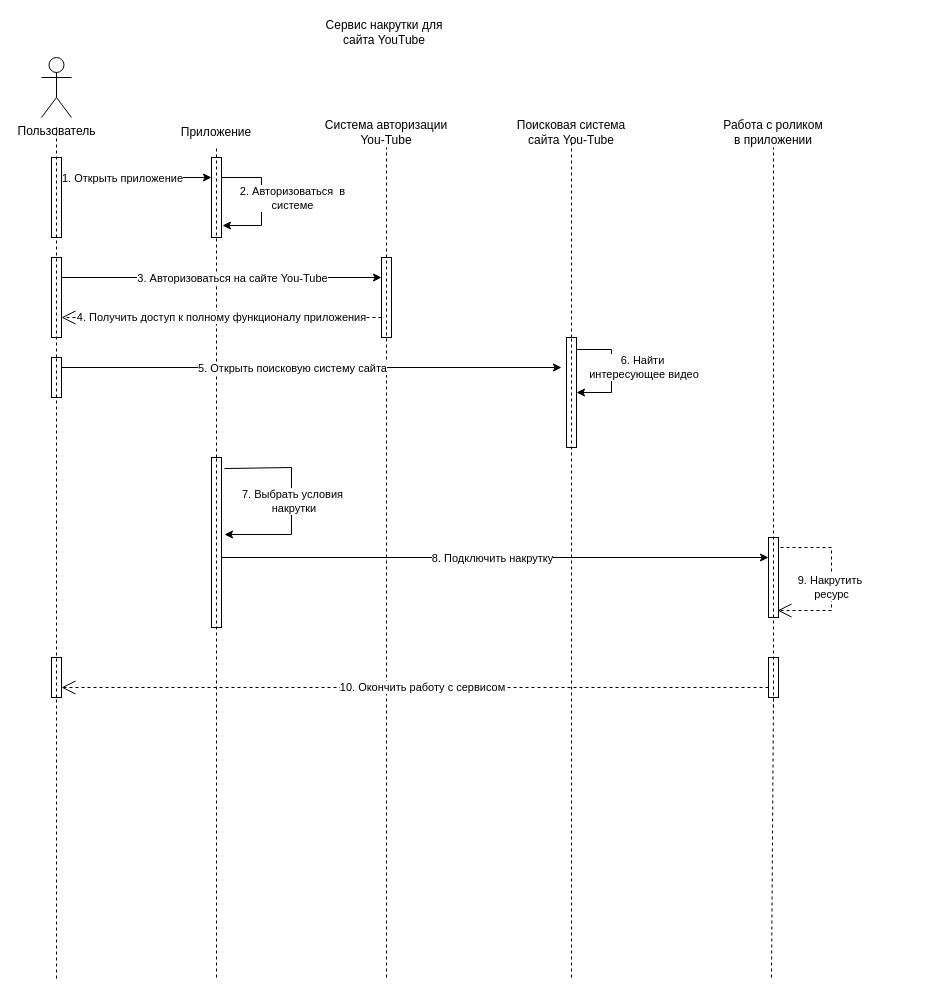
This is Usecase пользовательская.drawio from Koloda2/Sequence-diagrams, a draw.io file, before an edit. Source tidied: cells renumbered, new cells numbered last; positions are measured from the earlier drawing's top-left corner, leaving out a move shared by most shapes. Both pictures are drawn from the tidied source at 100%, with x=0, y=0 at pixel (41, 17).
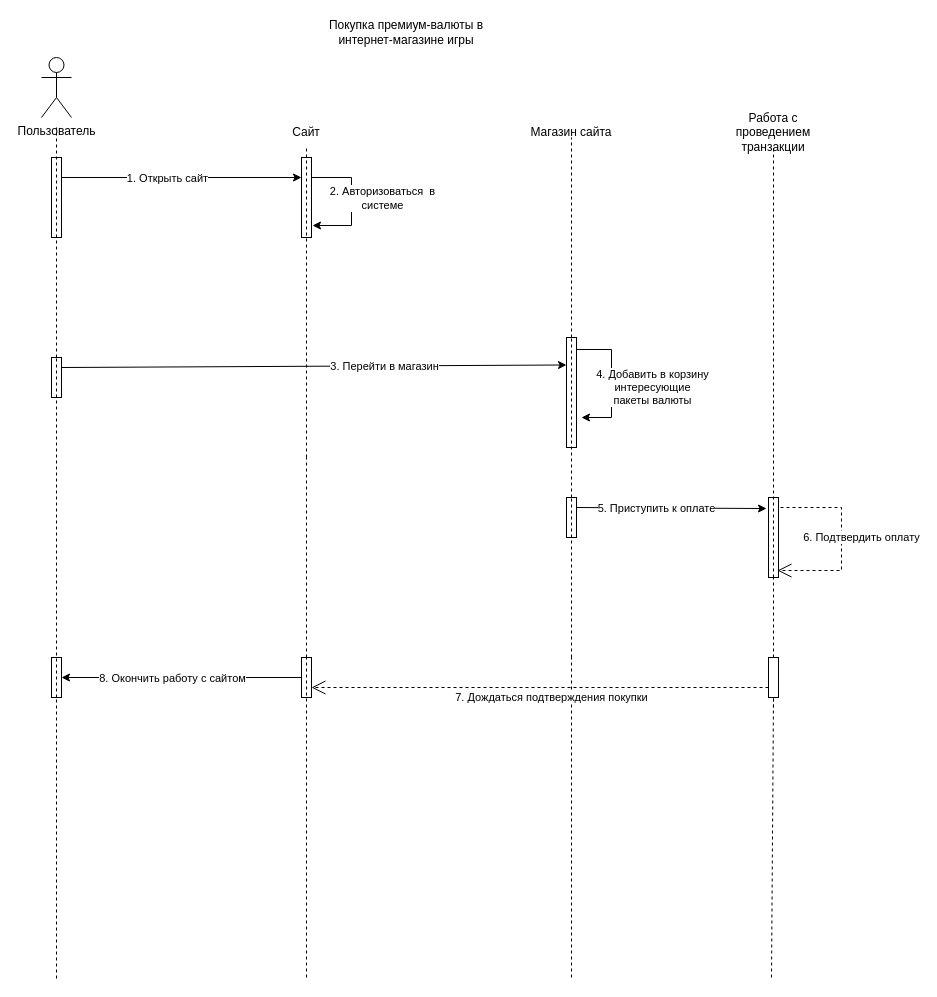
Above is the later version.

Unchanged cells that the change refers to:
```xml
<mxCell id="8" style="rounded=0;whiteSpace=wrap;html=1;" parent="1" vertex="1">
  <mxGeometry x="10" y="640" width="10" height="40" as="geometry" />
</mxCell>
<mxCell id="15" style="rounded=0;whiteSpace=wrap;html=1;" parent="1" vertex="1">
  <mxGeometry x="10" y="140" width="10" height="80" as="geometry" />
</mxCell>
<mxCell id="29" style="rounded=0;whiteSpace=wrap;html=1;" parent="1" vertex="1">
  <mxGeometry x="10" y="340" width="10" height="40" as="geometry" />
</mxCell>
<mxCell id="30" style="rounded=0;whiteSpace=wrap;html=1;" parent="1" vertex="1">
  <mxGeometry x="525" y="320" width="10" height="110" as="geometry" />
</mxCell>
```

What changed in the source:
```diff
@@
-    <mxCell id="2" style="rounded=0;whiteSpace=wrap;html=1;" parent="1" vertex="1">
-      <mxGeometry x="170" y="440" width="10" height="170" as="geometry" />
-    </mxCell>
     <mxCell id="3" style="rounded=0;whiteSpace=wrap;html=1;" parent="1" vertex="1">
-      <mxGeometry x="727" y="520" width="10" height="80" as="geometry" />
+      <mxGeometry x="727" y="480" width="10" height="80" as="geometry" />
     </mxCell>
-    <mxCell id="4" style="rounded=0;whiteSpace=wrap;html=1;" parent="1" vertex="1">
-      <mxGeometry x="727" y="640" width="10" height="40" as="geometry" />
-    </mxCell>
-    <mxCell id="5" style="rounded=0;whiteSpace=wrap;html=1;" parent="1" vertex="1">
-      <mxGeometry x="340" y="240" width="10" height="80" as="geometry" />
-    </mxCell>
     <mxCell id="6" style="rounded=0;whiteSpace=wrap;html=1;" parent="1" vertex="1">
-      <mxGeometry x="170" y="140" width="10" height="80" as="geometry" />
+      <mxGeometry x="260" y="140" width="10" height="80" as="geometry" />
     </mxCell>
-    <mxCell id="7" style="rounded=0;whiteSpace=wrap;html=1;" parent="1" vertex="1">
-      <mxGeometry x="10" y="240" width="10" height="80" as="geometry" />
-    </mxCell>
@@
-    <mxCell id="9" value="Сервис накрутки для сайта YouTube" style="text;html=1;strokeColor=none;fillColor=none;align=center;verticalAlign=middle;whiteSpace=wrap;rounded=0;" parent="1" vertex="1">
-      <mxGeometry x="280" width="126" height="30" as="geometry" />
+    <mxCell id="9" value="Покупка премиум-валюты в интернет-магазине игры" style="text;html=1;strokeColor=none;fillColor=none;align=center;verticalAlign=middle;whiteSpace=wrap;rounded=0;" parent="1" vertex="1">
+      <mxGeometry x="280" width="170" height="30" as="geometry" />
     </mxCell>
@@
-    <mxCell id="11" value="Приложение" style="text;html=1;strokeColor=none;fillColor=none;align=center;verticalAlign=middle;whiteSpace=wrap;rounded=0;" parent="1" vertex="1">
-      <mxGeometry x="140" y="100" width="70" height="30" as="geometry" />
+    <mxCell id="11" value="Сайт" style="text;html=1;strokeColor=none;fillColor=none;align=center;verticalAlign=middle;whiteSpace=wrap;rounded=0;" parent="1" vertex="1">
+      <mxGeometry x="230" y="100" width="70" height="30" as="geometry" />
     </mxCell>
-    <mxCell id="12" value="Система авторизации&lt;br&gt;You-Tube" style="text;html=1;strokeColor=none;fillColor=none;align=center;verticalAlign=middle;whiteSpace=wrap;rounded=0;" parent="1" vertex="1">
-      <mxGeometry x="280" y="100" width="130" height="30" as="geometry" />
-    </mxCell>
-    <mxCell id="13" value="Поисковая система сайта You-Tube" style="text;html=1;strokeColor=none;fillColor=none;align=center;verticalAlign=middle;whiteSpace=wrap;rounded=0;" parent="1" vertex="1">
+    <mxCell id="13" value="Магазин сайта" style="text;html=1;strokeColor=none;fillColor=none;align=center;verticalAlign=middle;whiteSpace=wrap;rounded=0;" parent="1" vertex="1">
       <mxGeometry x="470" y="100" width="120" height="30" as="geometry" />
     </mxCell>
-    <mxCell id="14" value="Работа с роликом в приложении" style="text;html=1;strokeColor=none;fillColor=none;align=center;verticalAlign=middle;whiteSpace=wrap;rounded=0;" parent="1" vertex="1">
+    <mxCell id="14" value="Работа с проведением транзакции" style="text;html=1;strokeColor=none;fillColor=none;align=center;verticalAlign=middle;whiteSpace=wrap;rounded=0;" parent="1" vertex="1">
       <mxGeometry x="677" y="100" width="110" height="30" as="geometry" />
     </mxCell>
@@
-    <mxCell id="17" style="endArrow=none;dashed=1;html=1;rounded=0;entryX=0.5;entryY=1;entryDx=0;entryDy=0;startArrow=none;" parent="1" edge="1" source="2" target="11">
-      <mxGeometry relative="1" as="geometry" />
+    <mxCell id="17" style="endArrow=none;dashed=1;html=1;rounded=0;entryX=0.5;entryY=1;entryDx=0;entryDy=0;startArrow=none;" parent="1" edge="1" target="11">
+      <mxGeometry relative="1" as="geometry">
+        <mxPoint x="265" y="440" as="sourcePoint" />
+      </mxGeometry>
     </mxCell>
-    <mxCell id="18" style="endArrow=none;dashed=1;html=1;rounded=0;entryX=0.5;entryY=1;entryDx=0;entryDy=0;startArrow=none;" parent="1" edge="1" source="5" target="12">
-      <mxGeometry relative="1" as="geometry" />
-    </mxCell>
@@
-    <mxCell id="21" style="endArrow=classic;html=1;rounded=0;exitX=1;exitY=0.25;exitDx=0;exitDy=0;" parent="1" edge="1" source="15">
-      <mxGeometry relative="1" as="geometry">
-        <mxPoint x="170" y="160" as="targetPoint" />
-      </mxGeometry>
+    <mxCell id="21" style="endArrow=classic;html=1;rounded=0;exitX=1;exitY=0.25;exitDx=0;exitDy=0;entryX=0;entryY=0.25;entryDx=0;entryDy=0;" parent="1" edge="1" source="15" target="6">
+      <mxGeometry relative="1" as="geometry" />
     </mxCell>
-    <mxCell id="22" value="1. Открыть приложение" style="edgeLabel;html=1;align=center;verticalAlign=middle;" parent="21" vertex="1">
+    <mxCell id="22" value="1. Открыть сайт" style="edgeLabel;html=1;align=center;verticalAlign=middle;" parent="21" vertex="1">
       <mxGeometry relative="1" as="geometry">
         <mxPoint x="-15" as="offset" />
       </mxGeometry>
     </mxCell>
     <mxCell id="23" style="endArrow=classic;html=1;rounded=0;exitX=1;exitY=0.25;exitDx=0;exitDy=0;entryX=1.1;entryY=0.85;entryDx=0;entryDy=0;entryPerimeter=0;" parent="1" edge="1" source="6" target="6">
       <mxGeometry relative="1" as="geometry">
         <Array as="points">
-          <mxPoint x="220" y="160" />
-          <mxPoint x="220" y="208" />
+          <mxPoint x="310" y="160" />
+          <mxPoint x="310" y="208" />
         </Array>
       </mxGeometry>
     </mxCell>
@@
-    <mxCell id="25" style="endArrow=none;dashed=1;html=1;rounded=0;entryX=0.5;entryY=0;entryDx=0;entryDy=0;" parent="1" edge="1" target="5">
-      <mxGeometry relative="1" as="geometry">
-        <mxPoint x="345" y="960" as="sourcePoint" />
-      </mxGeometry>
-    </mxCell>
-    <mxCell id="26" style="endArrow=classic;html=1;rounded=0;exitX=1;exitY=0.25;exitDx=0;exitDy=0;entryX=0;entryY=0.25;entryDx=0;entryDy=0;" parent="1" edge="1" source="7" target="5">
-      <mxGeometry relative="1" as="geometry" />
-    </mxCell>
-    <mxCell id="27" value="3. Авторизоваться на сайте You-Tube" style="edgeLabel;html=1;align=center;verticalAlign=middle;" parent="26" vertex="1">
-      <mxGeometry relative="1" as="geometry">
-        <mxPoint x="10" as="offset" />
-      </mxGeometry>
-    </mxCell>
-    <mxCell id="28" value="4. Получить доступ к полному функционалу приложения" style="endArrow=open;endSize=12;dashed=1;html=1;rounded=0;entryX=1;entryY=0.75;entryDx=0;entryDy=0;exitX=0;exitY=0.75;exitDx=0;exitDy=0;" parent="1" edge="1" source="5" target="7">
-      <mxGeometry relative="1" as="geometry" />
-    </mxCell>
@@
-    <mxCell id="31" style="endArrow=none;dashed=1;html=1;rounded=0;entryX=0.5;entryY=0;entryDx=0;entryDy=0;" parent="1" edge="1" target="30">
-      <mxGeometry relative="1" as="geometry">
-        <mxPoint x="530" y="960" as="sourcePoint" />
-      </mxGeometry>
+    <mxCell id="31" style="endArrow=none;dashed=1;html=1;rounded=0;entryX=0.5;entryY=0;entryDx=0;entryDy=0;startArrow=none;" parent="1" edge="1" source="47" target="30">
+      <mxGeometry relative="1" as="geometry" />
     </mxCell>
-    <mxCell id="32" style="endArrow=classic;html=1;rounded=0;exitX=1;exitY=0.25;exitDx=0;exitDy=0;" parent="1" edge="1" source="29">
-      <mxGeometry relative="1" as="geometry">
-        <mxPoint x="520" y="350" as="targetPoint" />
-      </mxGeometry>
+    <mxCell id="32" style="endArrow=classic;html=1;rounded=0;exitX=1;exitY=0.25;exitDx=0;exitDy=0;entryX=0;entryY=0.25;entryDx=0;entryDy=0;" parent="1" edge="1" source="29" target="30">
+      <mxGeometry relative="1" as="geometry" />
     </mxCell>
-    <mxCell id="33" value="5. Открыть поисковую систему сайта" style="edgeLabel;html=1;align=center;verticalAlign=middle;" parent="32" vertex="1">
+    <mxCell id="33" value="3. Перейти в магазин" style="edgeLabel;html=1;align=center;verticalAlign=middle;" parent="32" vertex="1">
       <mxGeometry relative="1" as="geometry">
-        <mxPoint x="-20" as="offset" />
+        <mxPoint x="70" as="offset" />
       </mxGeometry>
     </mxCell>
-    <mxCell id="34" style="endArrow=classic;html=1;rounded=0;entryX=1;entryY=0.5;entryDx=0;entryDy=0;exitX=1;exitY=0.109;exitDx=0;exitDy=0;exitPerimeter=0;" parent="1" edge="1" source="30" target="30">
+    <mxCell id="34" style="endArrow=classic;html=1;rounded=0;exitX=1;exitY=0.109;exitDx=0;exitDy=0;exitPerimeter=0;" parent="1" edge="1" source="30">
       <mxGeometry relative="1" as="geometry">
+        <mxPoint x="540" y="400" as="targetPoint" />
         <Array as="points">
           <mxPoint x="570" y="332" />
-          <mxPoint x="570" y="375" />
+          <mxPoint x="570" y="400" />
         </Array>
       </mxGeometry>
     </mxCell>
-    <mxCell id="35" value="6. Найти&lt;br&gt;&amp;nbsp;интересующее видео" style="edgeLabel;html=1;align=center;verticalAlign=middle;" parent="34" vertex="1">
+    <mxCell id="35" value="4. Добавить в корзину&lt;br&gt;интересующие&lt;br&gt;пакеты валюты" style="edgeLabel;html=1;align=center;verticalAlign=middle;" parent="34" vertex="1">
       <mxGeometry relative="1" as="geometry">
-        <mxPoint x="30" y="-4" as="offset" />
+        <mxPoint x="40" y="6" as="offset" />
       </mxGeometry>
     </mxCell>
-    <mxCell id="36" style="endArrow=none;dashed=1;html=1;rounded=0;entryX=0.5;entryY=1;entryDx=0;entryDy=0;startArrow=none;" parent="1" edge="1" target="3">
-      <mxGeometry relative="1" as="geometry">
-        <mxPoint x="732" y="690" as="sourcePoint" />
-      </mxGeometry>
+    <mxCell id="36" style="endArrow=none;dashed=1;html=1;rounded=0;entryX=0.5;entryY=1;entryDx=0;entryDy=0;startArrow=none;" parent="1" edge="1" source="4" target="3">
+      <mxGeometry relative="1" as="geometry" />
     </mxCell>
-    <mxCell id="37" style="endArrow=classic;html=1;rounded=0;entryX=0;entryY=0.25;entryDx=0;entryDy=0;" parent="1" edge="1" target="3">
-      <mxGeometry relative="1" as="geometry">
-        <mxPoint x="180" y="540" as="sourcePoint" />
-      </mxGeometry>
-    </mxCell>
-    <mxCell id="38" value="8. Подключить накрутку" style="edgeLabel;html=1;align=center;verticalAlign=middle;" parent="37" vertex="1">
-      <mxGeometry relative="1" as="geometry">
-        <mxPoint x="-4" as="offset" />
-      </mxGeometry>
-    </mxCell>
-    <mxCell id="39" style="endArrow=none;dashed=1;html=1;rounded=0;entryX=0.5;entryY=1;entryDx=0;entryDy=0;" parent="1" edge="1" target="4">
+    <mxCell id="39" style="endArrow=none;dashed=1;html=1;rounded=0;entryX=0.5;entryY=1;entryDx=0;entryDy=0;" parent="1" edge="1">
       <mxGeometry relative="1" as="geometry">
         <mxPoint x="730" y="960" as="sourcePoint" />
+        <mxPoint x="732" y="680" as="targetPoint" />
       </mxGeometry>
     </mxCell>
@@
-    <mxCell id="41" value="10. Окончить работу с сервисом" style="endArrow=open;endSize=12;dashed=1;html=1;rounded=0;entryX=1;entryY=0.75;entryDx=0;entryDy=0;exitX=0;exitY=0.75;exitDx=0;exitDy=0;" parent="1" edge="1" source="4" target="8">
-      <mxGeometry x="-0.02" relative="1" as="geometry">
-        <Array as="points">
-          <mxPoint x="380" y="670" />
-        </Array>
-      </mxGeometry>
-    </mxCell>
-    <mxCell id="42" style="endArrow=none;dashed=1;html=1;rounded=0;entryX=0.5;entryY=0;entryDx=0;entryDy=0;" parent="1" edge="1" target="2">
+    <mxCell id="42" style="endArrow=none;dashed=1;html=1;rounded=0;entryX=0.5;entryY=0;entryDx=0;entryDy=0;startArrow=none;" parent="1" edge="1" source="53">
       <mxGeometry relative="1" as="geometry">
-        <mxPoint x="175" y="960" as="sourcePoint" />
+        <mxPoint x="265" y="440" as="targetPoint" />
       </mxGeometry>
     </mxCell>
@@
-    <mxCell id="44" style="endArrow=classic;html=1;rounded=0;exitX=1.3;exitY=0.065;exitDx=0;exitDy=0;exitPerimeter=0;entryX=1.3;entryY=0.453;entryDx=0;entryDy=0;entryPerimeter=0;" parent="1" edge="1" source="2" target="2">
-      <mxGeometry relative="1" as="geometry">
-        <Array as="points">
-          <mxPoint x="250" y="450" />
-          <mxPoint x="250" y="517" />
-        </Array>
-      </mxGeometry>
-    </mxCell>
-    <mxCell id="45" value="7. Выбрать условия&lt;br&gt;&amp;nbsp;накрутки" style="edgeLabel;html=1;align=center;verticalAlign=middle;" parent="44" vertex="1">
-      <mxGeometry relative="1" as="geometry" />
-    </mxCell>
-    <mxCell id="46" value="9. Накрутить&amp;nbsp;&lt;br&gt;ресурс" style="endArrow=open;endSize=12;dashed=1;html=1;rounded=0;exitX=1.2;exitY=0.125;exitDx=0;exitDy=0;exitPerimeter=0;entryX=0.9;entryY=0.913;entryDx=0;entryDy=0;entryPerimeter=0;" parent="1" edge="1" source="3" target="3">
-      <mxGeometry x="0.08" relative="1" as="geometry">
+    <mxCell id="46" value="6. Подтвердить оплату" style="endArrow=open;endSize=12;dashed=1;html=1;rounded=0;exitX=1.2;exitY=0.125;exitDx=0;exitDy=0;exitPerimeter=0;entryX=0.9;entryY=0.913;entryDx=0;entryDy=0;entryPerimeter=0;" parent="1" edge="1" source="3" target="3">
+      <mxGeometry x="-0.03" y="20" relative="1" as="geometry">
         <Array as="points">
-          <mxPoint x="790" y="530" />
-          <mxPoint x="790" y="593" />
+          <mxPoint x="800" y="490" />
+          <mxPoint x="800" y="553" />
         </Array>
       </mxGeometry>
     </mxCell>
+    <mxCell id="47" style="rounded=0;whiteSpace=wrap;html=1;" parent="1" vertex="1">
+      <mxGeometry x="525" y="480" width="10" height="40" as="geometry" />
+    </mxCell>
+    <mxCell id="48" style="endArrow=none;dashed=1;html=1;rounded=0;entryX=0.5;entryY=0;entryDx=0;entryDy=0;startArrow=none;" parent="1" edge="1" target="47">
+      <mxGeometry relative="1" as="geometry">
+        <mxPoint x="530" y="640" as="sourcePoint" />
+      </mxGeometry>
+    </mxCell>
+    <mxCell id="49" style="endArrow=classic;html=1;rounded=0;exitX=1;exitY=0.25;exitDx=0;exitDy=0;entryX=-0.2;entryY=0.138;entryDx=0;entryDy=0;entryPerimeter=0;" parent="1" edge="1" source="47" target="3">
+      <mxGeometry relative="1" as="geometry" />
+    </mxCell>
+    <mxCell id="50" value="5. Приступить к оплате" style="edgeLabel;html=1;align=center;verticalAlign=middle;" parent="49" vertex="1">
+      <mxGeometry relative="1" as="geometry">
+        <mxPoint x="-15" as="offset" />
+      </mxGeometry>
+    </mxCell>
+    <mxCell id="4" style="rounded=0;whiteSpace=wrap;html=1;" parent="1" vertex="1">
+      <mxGeometry x="727" y="640" width="10" height="40" as="geometry" />
+    </mxCell>
+    <mxCell id="51" style="endArrow=none;dashed=1;html=1;rounded=0;entryX=0.5;entryY=1;entryDx=0;entryDy=0;startArrow=none;" parent="1" edge="1" target="4">
+      <mxGeometry relative="1" as="geometry">
+        <mxPoint x="732" y="690" as="sourcePoint" />
+      </mxGeometry>
+    </mxCell>
+    <mxCell id="52" style="endArrow=none;dashed=1;html=1;rounded=0;entryX=0.5;entryY=0;entryDx=0;entryDy=0;" parent="1" edge="1">
+      <mxGeometry relative="1" as="geometry">
+        <mxPoint x="530" y="960" as="sourcePoint" />
+        <mxPoint x="530" y="640" as="targetPoint" />
+      </mxGeometry>
+    </mxCell>
+    <mxCell id="53" style="rounded=0;whiteSpace=wrap;html=1;" parent="1" vertex="1">
+      <mxGeometry x="260" y="640" width="10" height="40" as="geometry" />
+    </mxCell>
+    <mxCell id="54" style="endArrow=none;dashed=1;html=1;rounded=0;entryX=0.5;entryY=0;entryDx=0;entryDy=0;" parent="1" edge="1" target="53">
+      <mxGeometry relative="1" as="geometry">
+        <mxPoint x="265" y="960" as="sourcePoint" />
+      </mxGeometry>
+    </mxCell>
+    <mxCell id="55" value="7. Дождаться подтверждения покупки" style="endArrow=open;endSize=12;dashed=1;html=1;rounded=0;exitX=0;exitY=0.75;exitDx=0;exitDy=0;entryX=1;entryY=0.75;entryDx=0;entryDy=0;" parent="1" edge="1" source="4" target="53">
+      <mxGeometry x="-0.05" y="10" relative="1" as="geometry">
+        <Array as="points">
+          <mxPoint x="680" y="670" />
+        </Array>
+      </mxGeometry>
+    </mxCell>
+    <mxCell id="56" style="endArrow=classic;html=1;rounded=0;exitX=0;exitY=0.5;exitDx=0;exitDy=0;entryX=1;entryY=0.5;entryDx=0;entryDy=0;" parent="1" edge="1" source="53" target="8">
+      <mxGeometry relative="1" as="geometry" />
+    </mxCell>
+    <mxCell id="57" value="8. Окончить работу с сайтом" style="edgeLabel;html=1;align=center;verticalAlign=middle;" parent="56" vertex="1">
+      <mxGeometry relative="1" as="geometry">
+        <mxPoint x="-10" as="offset" />
+      </mxGeometry>
+    </mxCell>
```
